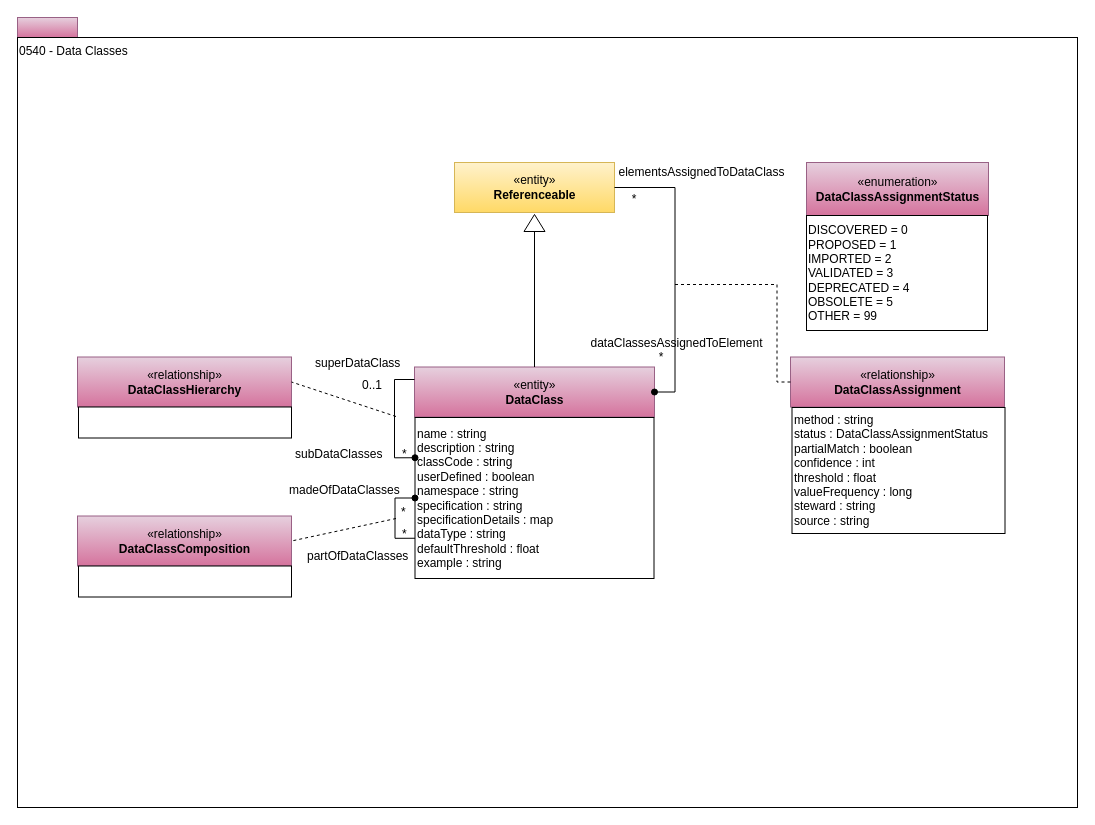
Before: page "0540-Data-Classes" (19 of 28) of site/docs/types/5/area-5-models-and-schema.drawio in odpi/egeria-docs, a draw.io diagram. Source tidied: cells renumbered, new cells numbered last; positions are measured from the earlier drawing's top-left corner, leaving out a move shared by most shapes. Both pictures are drawn from the tidied source at 100%, with x=0, y=0 at pixel (17, 17).
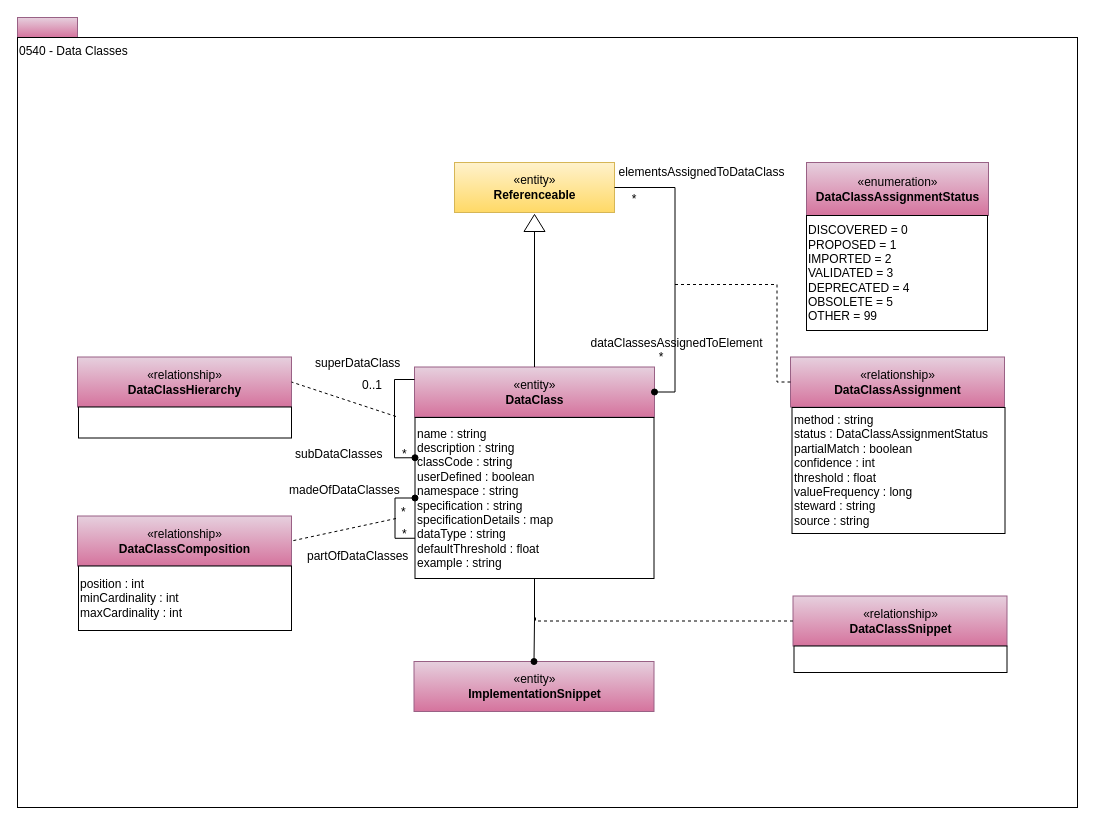
After the change.

Unchanged cells that the change refers to:
```xml
<mxCell id="5" value="&lt;span&gt;name : string&lt;/span&gt;&lt;br&gt;&lt;span&gt;description : string&lt;/span&gt;&lt;br&gt;&lt;span&gt;classCode : string&lt;/span&gt;&lt;br&gt;&lt;span&gt;userDefined : boolean&lt;/span&gt;&lt;br&gt;&lt;span&gt;namespace : string&lt;/span&gt;&lt;br&gt;&lt;span&gt;specification : string&lt;/span&gt;&lt;br&gt;&lt;span&gt;specificationDetails : map&lt;/span&gt;&lt;br&gt;&lt;span&gt;dataType : string&lt;/span&gt;&lt;br&gt;&lt;span&gt;defaultThreshold : float&lt;/span&gt;&lt;br&gt;&lt;span&gt;example : string&lt;/span&gt;" style="rounded=0;whiteSpace=wrap;html=1;strokeColor=#000000;gradientColor=#ffffff;align=left;" parent="1" vertex="1">
  <mxGeometry x="397.5" y="400" width="239" height="161" as="geometry" />
</mxCell>
```

Diff of the diagram source:
```diff
@@
-    <mxCell id="21" style="rounded=0;whiteSpace=wrap;html=1;strokeColor=#000000;gradientColor=#ffffff;align=center;" parent="1" vertex="1">
-      <mxGeometry x="61" y="548.5" width="213" height="31" as="geometry" />
+    <mxCell id="21" value="position : int&lt;br&gt;minCardinality : int&lt;br&gt;maxCardinality : int" style="rounded=0;whiteSpace=wrap;html=1;strokeColor=#000000;gradientColor=#ffffff;align=left;" parent="1" vertex="1">
+      <mxGeometry x="61" y="548.5" width="213" height="64.5" as="geometry" />
     </mxCell>
@@
+    <mxCell id="35" value="«entity»&lt;br&gt;&lt;b&gt;ImplementationSnippet&lt;/b&gt;" style="html=1;strokeColor=#996185;align=center;fillColor=#e6d0de;gradientColor=#d5739d;" parent="1" vertex="1">
+      <mxGeometry x="396.5" y="644" width="240" height="50" as="geometry" />
+    </mxCell>
+    <mxCell id="36" style="edgeStyle=orthogonalEdgeStyle;rounded=0;jettySize=auto;html=1;exitX=0.5;exitY=1;exitDx=0;exitDy=0;endArrow=oval;endFill=1;" parent="1" edge="1" source="5" target="35">
+      <mxGeometry relative="1" as="geometry" />
+    </mxCell>
+    <mxCell id="37" value="«relationship»&lt;br&gt;&lt;b&gt;DataClassSnippet&lt;/b&gt;" style="html=1;strokeColor=#996185;align=center;fillColor=#e6d0de;gradientColor=#d5739d;" parent="1" vertex="1">
+      <mxGeometry x="775.5" y="578.5" width="214" height="50" as="geometry" />
+    </mxCell>
+    <mxCell id="38" style="rounded=0;whiteSpace=wrap;html=1;strokeColor=#000000;gradientColor=#ffffff;align=left;" parent="1" vertex="1">
+      <mxGeometry x="776.5" y="628.5" width="213" height="26.5" as="geometry" />
+    </mxCell>
+    <mxCell id="39" style="endArrow=none;dashed=1;html=1;exitX=0;exitY=0.5;exitDx=0;exitDy=0;rounded=0;edgeStyle=orthogonalEdgeStyle;" parent="1" edge="1" source="37">
+      <mxGeometry relative="1" as="geometry">
+        <mxPoint x="518" y="599" as="targetPoint" />
+        <Array as="points">
+          <mxPoint x="518" y="604" />
+        </Array>
+      </mxGeometry>
+    </mxCell>
```
